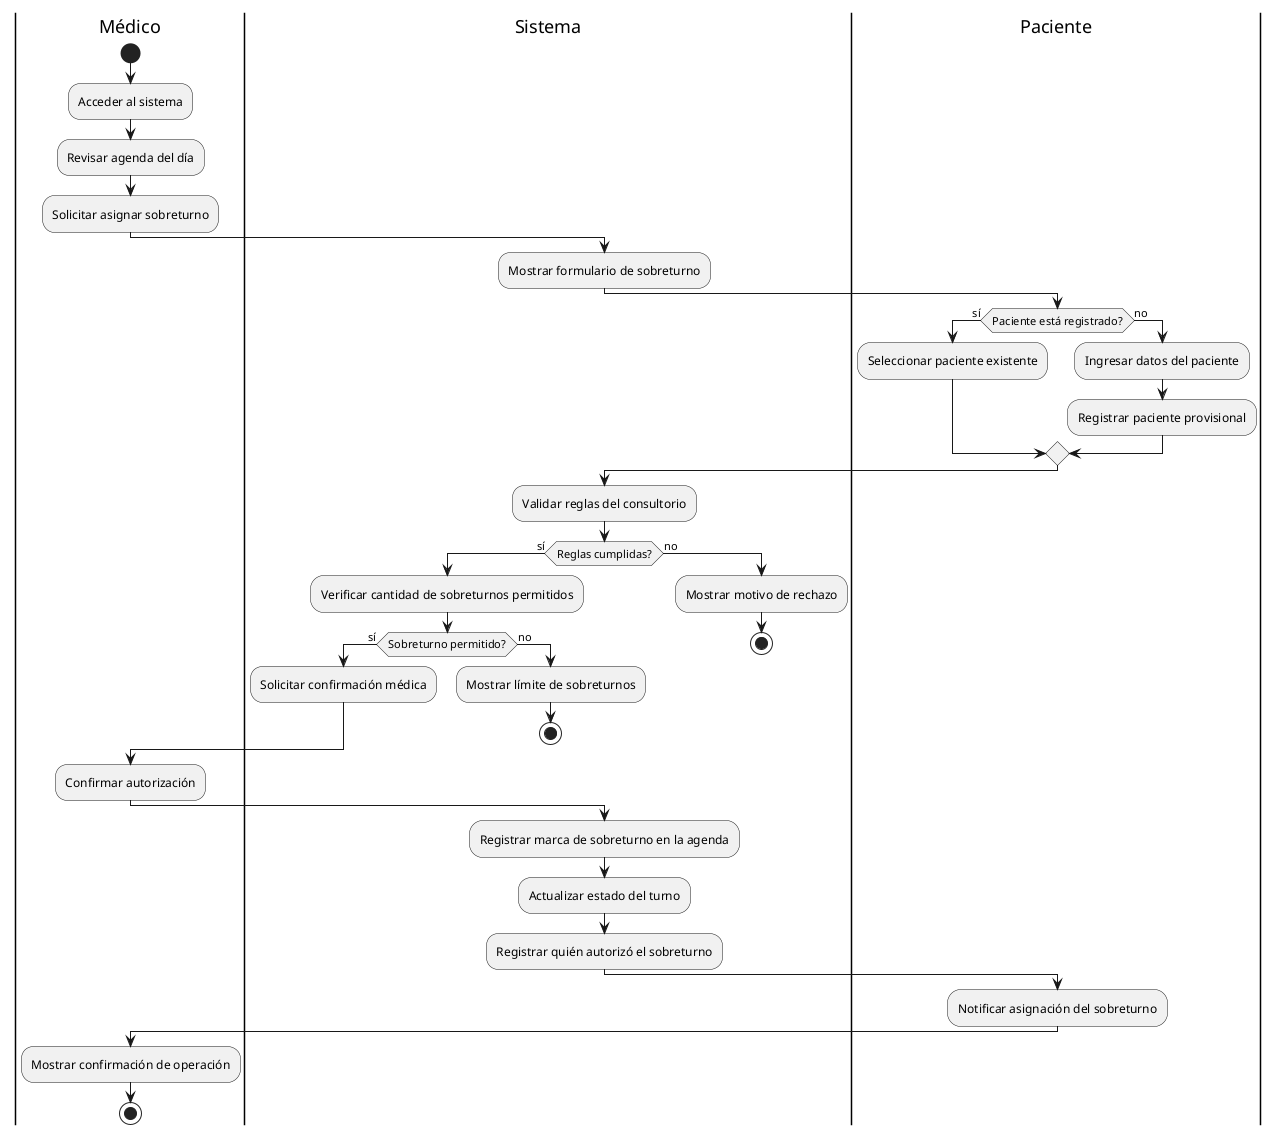
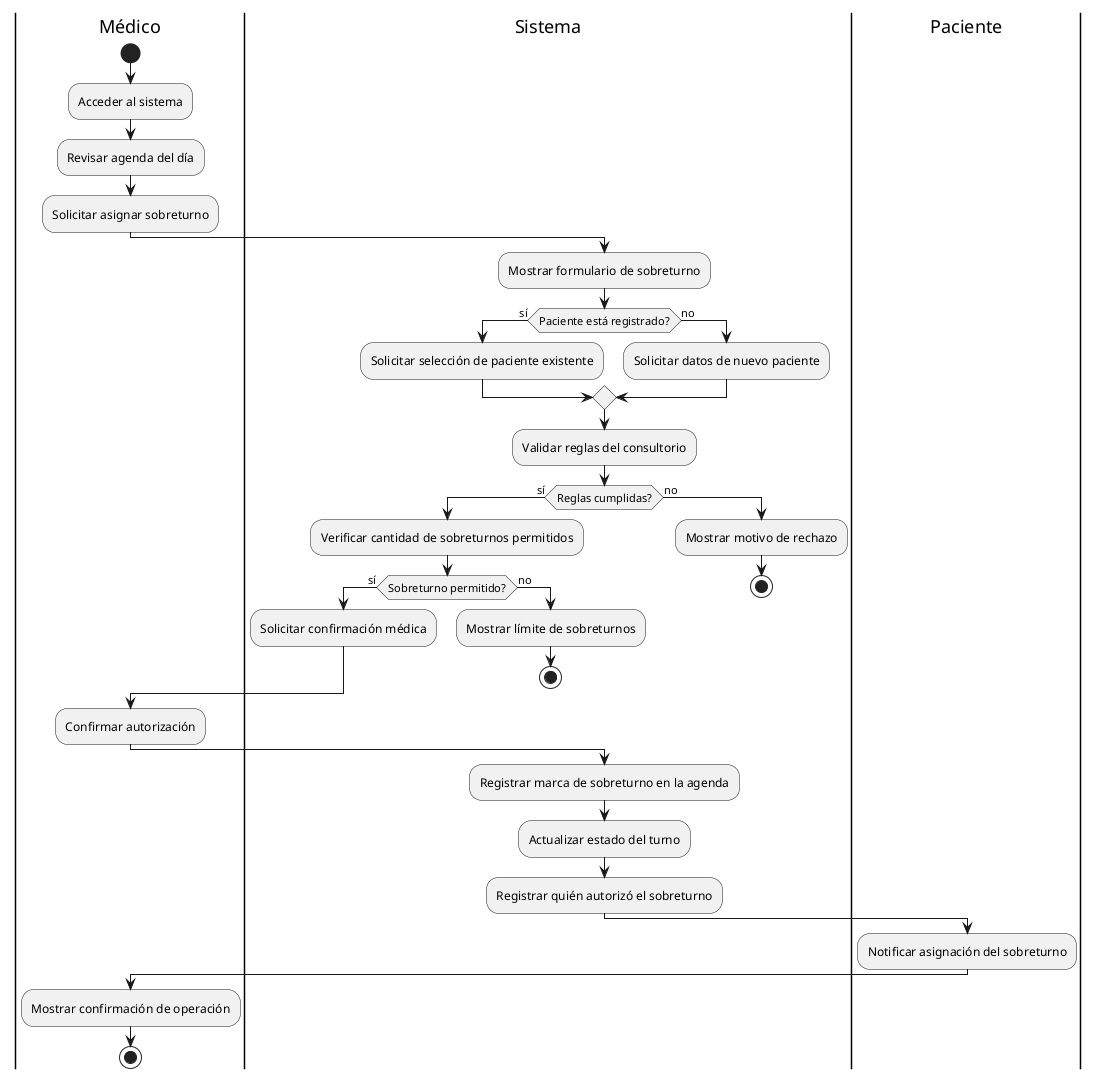
@startuml AutorizarSobreturno

|Médico|
start
:Acceder al sistema;
:Revisar agenda del día;
:Solicitar asignar sobreturno;

|Sistema|
:Mostrar formulario de sobreturno;

- |Paciente|
+ |Sistema|
if (Paciente está registrado?) then (sí)
-   :Seleccionar paciente existente;
+   :Solicitar selección de paciente existente;
else (no)
-   :Ingresar datos del paciente;
-   :Registrar paciente provisional;
+   :Solicitar datos de nuevo paciente;
endif

|Sistema|
:Validar reglas del consultorio;
if (Reglas cumplidas?) then (sí)
  :Verificar cantidad de sobreturnos permitidos;
  if (Sobreturno permitido?) then (sí)
    :Solicitar confirmación médica;
  else (no)
    :Mostrar límite de sobreturnos;
    stop
  endif
else (no)
  :Mostrar motivo de rechazo;
  stop
endif

|Médico|
:Confirmar autorización;

|Sistema|
:Registrar marca de sobreturno en la agenda;
:Actualizar estado del turno;
:Registrar quién autorizó el sobreturno;

|Paciente|
:Notificar asignación del sobreturno;

|Médico|
:Mostrar confirmación de operación;
stop

@enduml